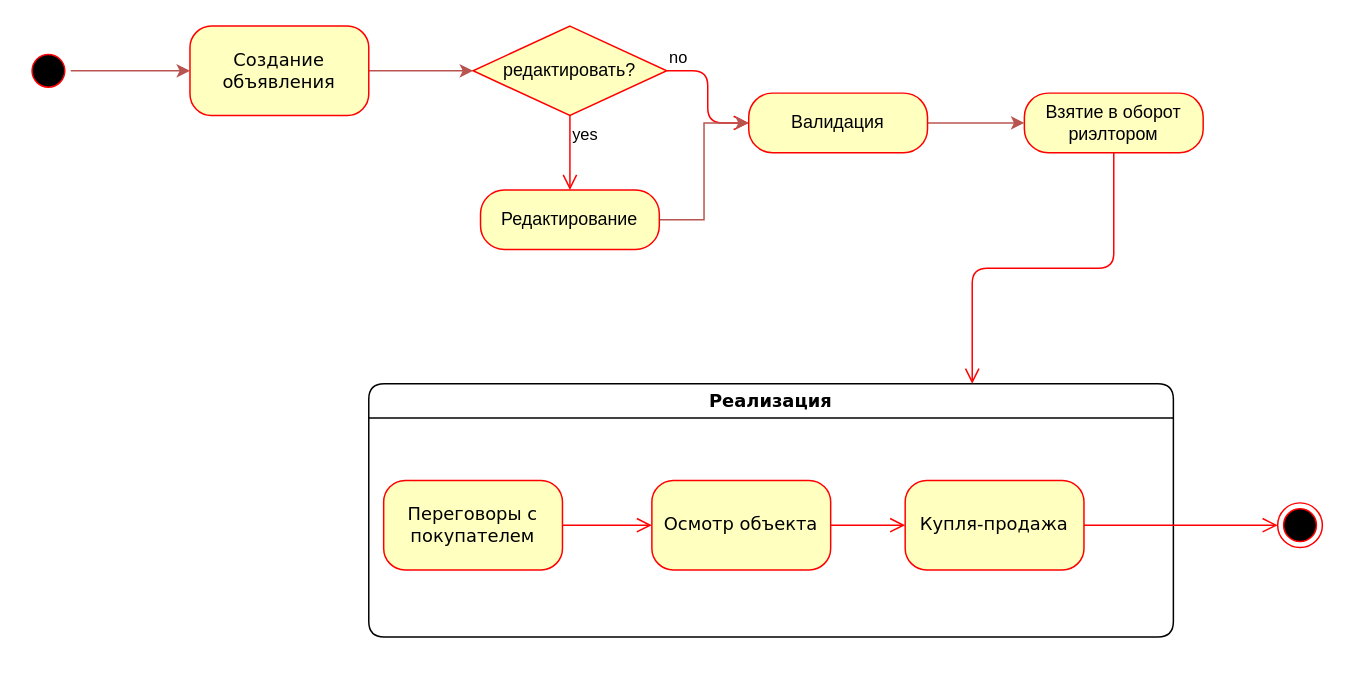
Above: Untitled Diagram.drawio in LyndinK/dependencyVizualizer (draw.io), before the change. Source tidied: cells renumbered, new cells numbered last; positions are measured from the earlier drawing's top-left corner, leaving out a move shared by most shapes. Both pictures are drawn from the tidied source at 149%, with x=0, y=0 at pixel (25, 25).
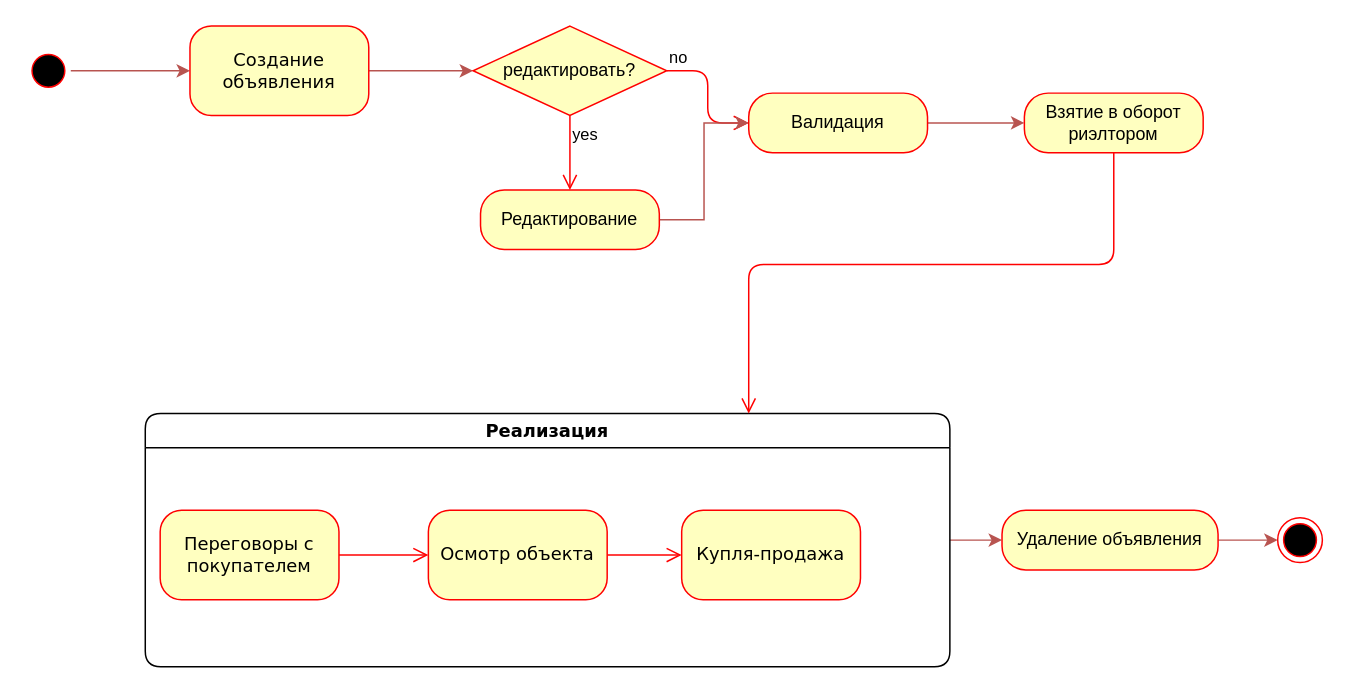
After the change.

The change refers to these unchanged cells:
```xml
<mxCell id="11" value="Купля-продажа" style="rounded=1;whiteSpace=wrap;html=1;arcSize=24;fillColor=#ffffc0;strokeColor=#ff0000;shadow=0;comic=0;labelBackgroundColor=none;fontFamily=Verdana;fontSize=12;fontColor=#000000;align=center;" parent="6" vertex="1">
  <mxGeometry x="360" y="65" width="120" height="60" as="geometry" />
</mxCell>
<mxCell id="19" value="Взятие в оборот риэлтором" style="rounded=1;whiteSpace=wrap;html=1;arcSize=40;fontColor=#000000;fillColor=#ffffc0;strokeColor=#ff0000;" parent="1" vertex="1">
  <mxGeometry x="670" y="45" width="120" height="40" as="geometry" />
</mxCell>
```

Change to the diagram source:
```diff
@@
+    <mxCell id="23" style="edgeStyle=orthogonalEdgeStyle;rounded=0;jettySize=auto;html=1;exitX=1;exitY=0.5;exitDx=0;exitDy=0;fillColor=#f8cecc;strokeColor=#b85450;" parent="1" edge="1" source="6" target="25">
+      <mxGeometry relative="1" as="geometry" />
+    </mxCell>
     <mxCell id="6" value="Реализация" style="swimlane;whiteSpace=wrap;html=1;rounded=1;shadow=0;comic=0;labelBackgroundColor=none;strokeWidth=1;fontFamily=Verdana;fontSize=12;align=center;" parent="1" vertex="1">
-      <mxGeometry x="230" y="240" width="540" height="170" as="geometry" />
+      <mxGeometry x="80" y="260" width="540" height="170" as="geometry" />
     </mxCell>
@@
     <mxCell id="20" style="edgeStyle=orthogonalEdgeStyle;html=1;verticalAlign=bottom;endArrow=open;endSize=8;strokeColor=#ff0000;entryX=0.75;entryY=0;entryDx=0;entryDy=0;" parent="1" edge="1" source="19" target="6">
-      <mxGeometry relative="1" as="geometry" />
+      <mxGeometry relative="1" as="geometry">
+        <Array as="points">
+          <mxPoint x="730" y="160" />
+          <mxPoint x="485" y="160" />
+        </Array>
+      </mxGeometry>
     </mxCell>
     <mxCell id="21" style="ellipse;html=1;shape=endState;fillColor=#000000;strokeColor=#ff0000;rounded=1;shadow=0;comic=0;labelBackgroundColor=none;fontFamily=Verdana;fontSize=12;fontColor=#000000;align=center;" parent="1" vertex="1">
-      <mxGeometry x="840" y="320" width="30" height="30" as="geometry" />
+      <mxGeometry x="840" y="330" width="30" height="30" as="geometry" />
     </mxCell>
-    <mxCell id="22" style="edgeStyle=elbowEdgeStyle;html=1;labelBackgroundColor=none;endArrow=open;endSize=8;strokeColor=#ff0000;fontFamily=Verdana;fontSize=12;align=left;" parent="1" edge="1" source="11" target="21">
-      <mxGeometry relative="1" as="geometry" />
-    </mxCell>
+    <mxCell id="24" style="edgeStyle=orthogonalEdgeStyle;rounded=0;jettySize=auto;html=1;exitX=1;exitY=0.5;exitDx=0;exitDy=0;entryX=0;entryY=0.5;entryDx=0;entryDy=0;fillColor=#f8cecc;strokeColor=#b85450;" parent="1" edge="1" source="25" target="21">
+      <mxGeometry relative="1" as="geometry" />
+    </mxCell>
+    <mxCell id="25" value="Удаление объявления" style="rounded=1;whiteSpace=wrap;html=1;arcSize=40;fontColor=#000000;fillColor=#ffffc0;strokeColor=#ff0000;" parent="1" vertex="1">
+      <mxGeometry x="655" y="325" width="145" height="40" as="geometry" />
+    </mxCell>
```
